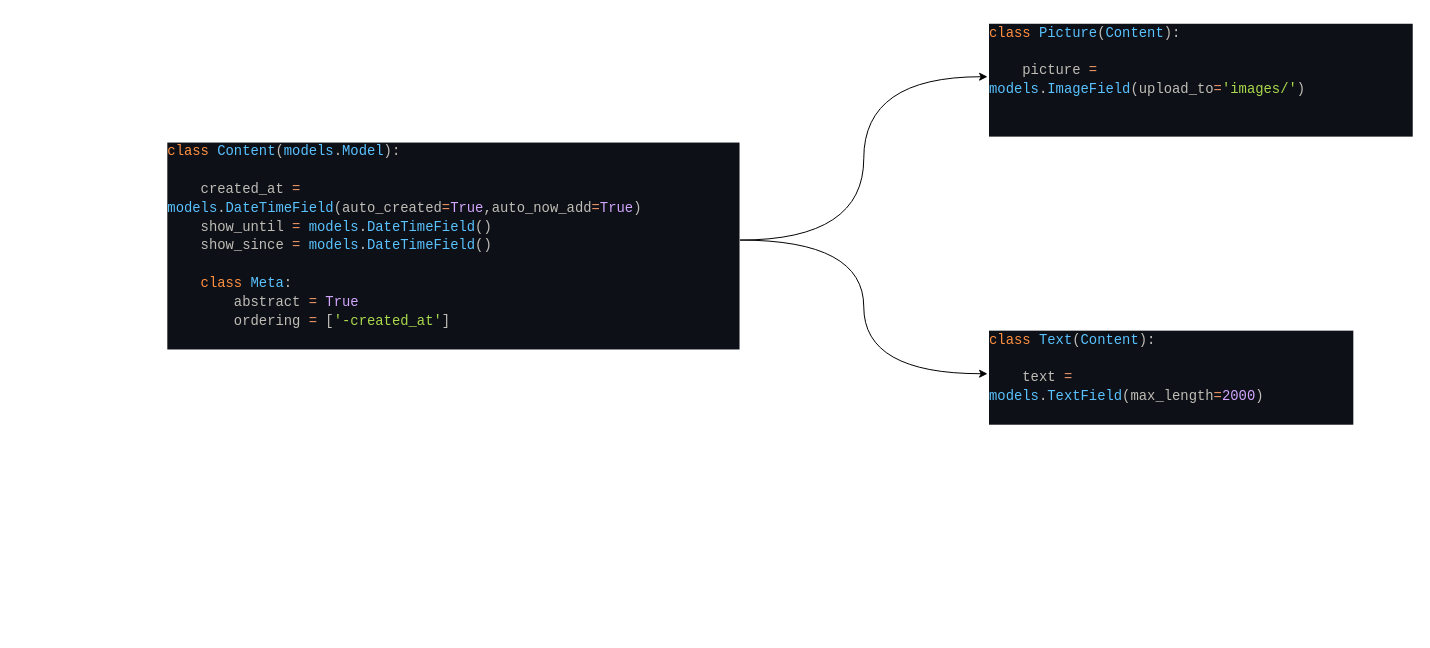
Rafterman1217/django-referat keeps this draw.io diagram as anlagen/orm-vererbung.drawio. Above is the earlier version. Source tidied: cells renumbered, new cells numbered last; positions are measured from the earlier drawing's top-left corner, leaving out a move shared by most shapes. Both pictures are drawn from the tidied source at 99%, with x=0, y=0 at pixel (165, 17).
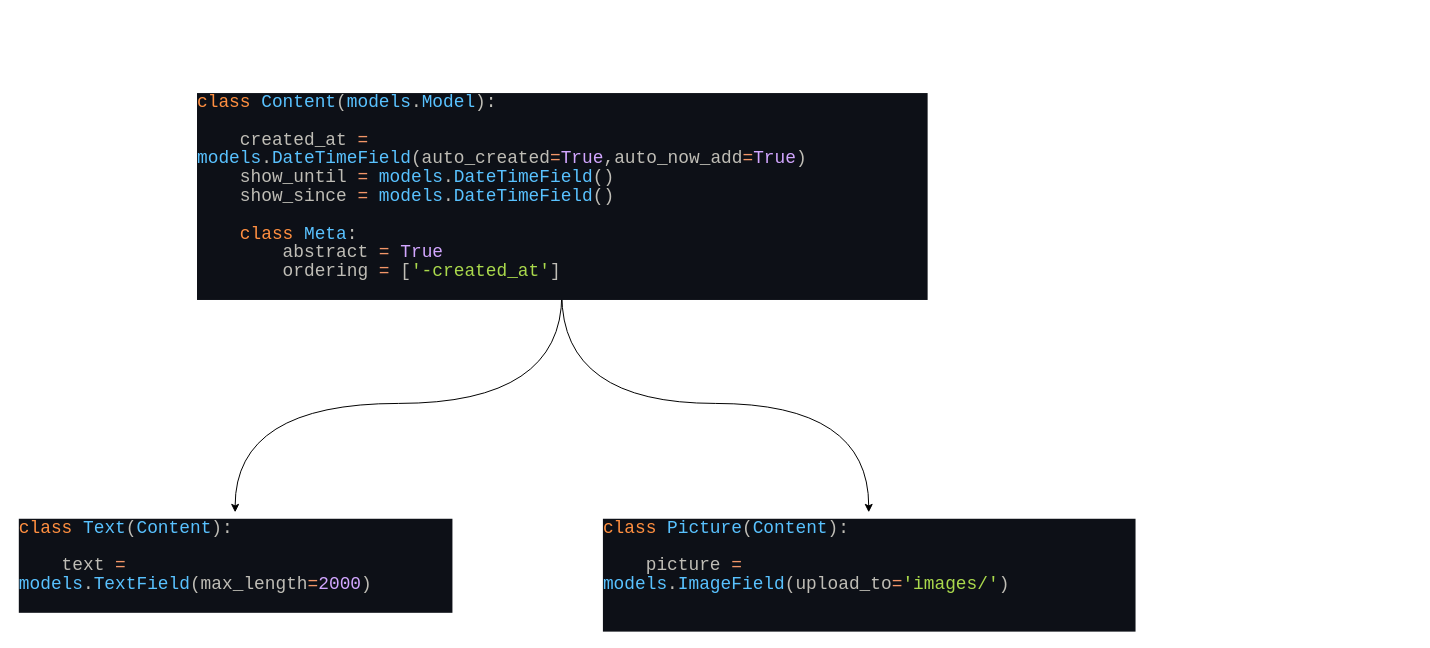
Above is the later version.

Diff of the diagram source:
```diff
@@
 <mxGraphModel>
   <root>
     <mxCell id="0" />
     <mxCell id="1" parent="0" />
-    <mxCell id="2" style="edgeStyle=orthogonalEdgeStyle;curved=1;html=1;entryX=0;entryY=0.5;entryDx=0;entryDy=0;" parent="1" edge="1" source="4" target="5">
+    <mxCell id="2" style="edgeStyle=orthogonalEdgeStyle;curved=1;html=1;entryX=0.5;entryY=0;entryDx=0;entryDy=0;fontSize=18;" parent="1" edge="1" source="4" target="5">
       <mxGeometry relative="1" as="geometry" />
     </mxCell>
-    <mxCell id="3" style="edgeStyle=orthogonalEdgeStyle;curved=1;html=1;" parent="1" edge="1" source="4" target="6">
+    <mxCell id="3" style="edgeStyle=orthogonalEdgeStyle;curved=1;html=1;fontSize=18;" parent="1" edge="1" source="4" target="6">
       <mxGeometry relative="1" as="geometry" />
     </mxCell>
-    <mxCell id="4" value="&lt;div style=&quot;color: rgb(191, 189, 182); background-color: rgb(13, 16, 23); font-family: Consolas, &amp;quot;Courier New&amp;quot;, monospace; font-weight: normal; font-size: 14px; line-height: 19px;&quot;&gt;&lt;div&gt;&lt;span style=&quot;color: #ff8f40;&quot;&gt;class&lt;/span&gt;&lt;span style=&quot;color: #bfbdb6;&quot;&gt; &lt;/span&gt;&lt;span style=&quot;color: #59c2ff;&quot;&gt;Content&lt;/span&gt;&lt;span style=&quot;color: #bfbdb6;&quot;&gt;(&lt;/span&gt;&lt;span style=&quot;color: #59c2ff;&quot;&gt;models&lt;/span&gt;&lt;span style=&quot;color: #bfbdb6;&quot;&gt;.&lt;/span&gt;&lt;span style=&quot;color: #59c2ff;&quot;&gt;Model&lt;/span&gt;&lt;span style=&quot;color: #bfbdb6;&quot;&gt;):&lt;/span&gt;&lt;/div&gt;&lt;div&gt;&lt;span style=&quot;color: #bfbdb6;&quot;&gt;&amp;nbsp; &amp;nbsp; &lt;/span&gt;&lt;/div&gt;&lt;div&gt;&lt;span style=&quot;color: #bfbdb6;&quot;&gt;&amp;nbsp; &amp;nbsp; &lt;/span&gt;&lt;span style=&quot;color: #bfbdb6;&quot;&gt;created_at&lt;/span&gt;&lt;span style=&quot;color: #bfbdb6;&quot;&gt; &lt;/span&gt;&lt;span style=&quot;color: #f29668;&quot;&gt;=&lt;/span&gt;&lt;span style=&quot;color: #bfbdb6;&quot;&gt; &lt;/span&gt;&lt;span style=&quot;color: #59c2ff;&quot;&gt;models&lt;/span&gt;&lt;span style=&quot;color: #bfbdb6;&quot;&gt;.&lt;/span&gt;&lt;span style=&quot;color: #59c2ff;&quot;&gt;DateTimeField&lt;/span&gt;&lt;span style=&quot;color: #bfbdb6;&quot;&gt;(auto_created&lt;/span&gt;&lt;span style=&quot;color: #f29668;&quot;&gt;=&lt;/span&gt;&lt;span style=&quot;color: #d2a6ff;&quot;&gt;True&lt;/span&gt;&lt;span style=&quot;color: #bfbdb6;&quot;&gt;,&lt;/span&gt;&lt;span style=&quot;color: #bfbdb6;&quot;&gt;auto_now_add&lt;/span&gt;&lt;span style=&quot;color: #f29668;&quot;&gt;=&lt;/span&gt;&lt;span style=&quot;color: #d2a6ff;&quot;&gt;True&lt;/span&gt;&lt;span style=&quot;color: #bfbdb6;&quot;&gt;)&lt;/span&gt;&lt;/div&gt;&lt;div&gt;&lt;span style=&quot;color: #bfbdb6;&quot;&gt;&amp;nbsp; &amp;nbsp; &lt;/span&gt;&lt;span style=&quot;color: #bfbdb6;&quot;&gt;show_until&lt;/span&gt;&lt;span style=&quot;color: #bfbdb6;&quot;&gt; &lt;/span&gt;&lt;span style=&quot;color: #f29668;&quot;&gt;=&lt;/span&gt;&lt;span style=&quot;color: #bfbdb6;&quot;&gt; &lt;/span&gt;&lt;span style=&quot;color: #59c2ff;&quot;&gt;models&lt;/span&gt;&lt;span style=&quot;color: #bfbdb6;&quot;&gt;.&lt;/span&gt;&lt;span style=&quot;color: #59c2ff;&quot;&gt;DateTimeField&lt;/span&gt;&lt;span style=&quot;color: #bfbdb6;&quot;&gt;()&lt;/span&gt;&lt;/div&gt;&lt;div&gt;&lt;span style=&quot;color: #bfbdb6;&quot;&gt;&amp;nbsp; &amp;nbsp; &lt;/span&gt;&lt;span style=&quot;color: #bfbdb6;&quot;&gt;show_since&lt;/span&gt;&lt;span style=&quot;color: #bfbdb6;&quot;&gt; &lt;/span&gt;&lt;span style=&quot;color: #f29668;&quot;&gt;=&lt;/span&gt;&lt;span style=&quot;color: #bfbdb6;&quot;&gt; &lt;/span&gt;&lt;span style=&quot;color: #59c2ff;&quot;&gt;models&lt;/span&gt;&lt;span style=&quot;color: #bfbdb6;&quot;&gt;.&lt;/span&gt;&lt;span style=&quot;color: #59c2ff;&quot;&gt;DateTimeField&lt;/span&gt;&lt;span style=&quot;color: #bfbdb6;&quot;&gt;()&lt;/span&gt;&lt;/div&gt;&lt;div&gt;&lt;span style=&quot;color: #bfbdb6;&quot;&gt;&amp;nbsp; &amp;nbsp; &lt;/span&gt;&lt;/div&gt;&lt;div&gt;&lt;span style=&quot;color: #bfbdb6;&quot;&gt;&amp;nbsp; &amp;nbsp; &lt;/span&gt;&lt;span style=&quot;color: #ff8f40;&quot;&gt;class&lt;/span&gt;&lt;span style=&quot;color: #bfbdb6;&quot;&gt; &lt;/span&gt;&lt;span style=&quot;color: #59c2ff;&quot;&gt;Meta&lt;/span&gt;&lt;span style=&quot;color: #bfbdb6;&quot;&gt;:&lt;/span&gt;&lt;/div&gt;&lt;div&gt;&lt;span style=&quot;color: #bfbdb6;&quot;&gt;&amp;nbsp; &amp;nbsp; &amp;nbsp; &amp;nbsp; &lt;/span&gt;&lt;span style=&quot;color: #bfbdb6;&quot;&gt;abstract&lt;/span&gt;&lt;span style=&quot;color: #bfbdb6;&quot;&gt; &lt;/span&gt;&lt;span style=&quot;color: #f29668;&quot;&gt;=&lt;/span&gt;&lt;span style=&quot;color: #bfbdb6;&quot;&gt; &lt;/span&gt;&lt;span style=&quot;color: #d2a6ff;&quot;&gt;True&lt;/span&gt;&lt;/div&gt;&lt;div&gt;&lt;span style=&quot;color: #bfbdb6;&quot;&gt;&amp;nbsp; &amp;nbsp; &amp;nbsp; &amp;nbsp; &lt;/span&gt;&lt;span style=&quot;color: #bfbdb6;&quot;&gt;ordering&lt;/span&gt;&lt;span style=&quot;color: #bfbdb6;&quot;&gt; &lt;/span&gt;&lt;span style=&quot;color: #f29668;&quot;&gt;=&lt;/span&gt;&lt;span style=&quot;color: #bfbdb6;&quot;&gt; [&lt;/span&gt;&lt;span style=&quot;color: #aad94c;&quot;&gt;'-created_at'&lt;/span&gt;&lt;span style=&quot;color: #bfbdb6;&quot;&gt;]&lt;/span&gt;&lt;/div&gt;&lt;br&gt;&lt;/div&gt;" style="text;whiteSpace=wrap;html=1;" parent="1" vertex="1">
-      <mxGeometry y="120" width="580" height="210" as="geometry" />
+    <mxCell id="4" value="&lt;div style=&quot;color: rgb(191, 189, 182); background-color: rgb(13, 16, 23); font-family: Consolas, &amp;quot;Courier New&amp;quot;, monospace; font-weight: normal; font-size: 18px; line-height: 19px;&quot;&gt;&lt;div style=&quot;font-size: 18px;&quot;&gt;&lt;span style=&quot;color: rgb(255, 143, 64); font-size: 18px;&quot;&gt;class&lt;/span&gt;&lt;span style=&quot;color: rgb(191, 189, 182); font-size: 18px;&quot;&gt; &lt;/span&gt;&lt;span style=&quot;color: rgb(89, 194, 255); font-size: 18px;&quot;&gt;Content&lt;/span&gt;&lt;span style=&quot;color: rgb(191, 189, 182); font-size: 18px;&quot;&gt;(&lt;/span&gt;&lt;span style=&quot;color: rgb(89, 194, 255); font-size: 18px;&quot;&gt;models&lt;/span&gt;&lt;span style=&quot;color: rgb(191, 189, 182); font-size: 18px;&quot;&gt;.&lt;/span&gt;&lt;span style=&quot;color: rgb(89, 194, 255); font-size: 18px;&quot;&gt;Model&lt;/span&gt;&lt;span style=&quot;color: rgb(191, 189, 182); font-size: 18px;&quot;&gt;):&lt;/span&gt;&lt;/div&gt;&lt;div style=&quot;font-size: 18px;&quot;&gt;&lt;span style=&quot;color: rgb(191, 189, 182); font-size: 18px;&quot;&gt;&amp;nbsp; &amp;nbsp; &lt;/span&gt;&lt;/div&gt;&lt;div style=&quot;font-size: 18px;&quot;&gt;&lt;span style=&quot;color: rgb(191, 189, 182); font-size: 18px;&quot;&gt;&amp;nbsp; &amp;nbsp; &lt;/span&gt;&lt;span style=&quot;color: rgb(191, 189, 182); font-size: 18px;&quot;&gt;created_at&lt;/span&gt;&lt;span style=&quot;color: rgb(191, 189, 182); font-size: 18px;&quot;&gt; &lt;/span&gt;&lt;span style=&quot;color: rgb(242, 150, 104); font-size: 18px;&quot;&gt;=&lt;/span&gt;&lt;span style=&quot;color: rgb(191, 189, 182); font-size: 18px;&quot;&gt; &lt;/span&gt;&lt;span style=&quot;color: rgb(89, 194, 255); font-size: 18px;&quot;&gt;models&lt;/span&gt;&lt;span style=&quot;color: rgb(191, 189, 182); font-size: 18px;&quot;&gt;.&lt;/span&gt;&lt;span style=&quot;color: rgb(89, 194, 255); font-size: 18px;&quot;&gt;DateTimeField&lt;/span&gt;&lt;span style=&quot;color: rgb(191, 189, 182); font-size: 18px;&quot;&gt;(auto_created&lt;/span&gt;&lt;span style=&quot;color: rgb(242, 150, 104); font-size: 18px;&quot;&gt;=&lt;/span&gt;&lt;span style=&quot;color: rgb(210, 166, 255); font-size: 18px;&quot;&gt;True&lt;/span&gt;&lt;span style=&quot;color: rgb(191, 189, 182); font-size: 18px;&quot;&gt;,&lt;/span&gt;&lt;span style=&quot;color: rgb(191, 189, 182); font-size: 18px;&quot;&gt;auto_now_add&lt;/span&gt;&lt;span style=&quot;color: rgb(242, 150, 104); font-size: 18px;&quot;&gt;=&lt;/span&gt;&lt;span style=&quot;color: rgb(210, 166, 255); font-size: 18px;&quot;&gt;True&lt;/span&gt;&lt;span style=&quot;color: rgb(191, 189, 182); font-size: 18px;&quot;&gt;)&lt;/span&gt;&lt;/div&gt;&lt;div style=&quot;font-size: 18px;&quot;&gt;&lt;span style=&quot;color: rgb(191, 189, 182); font-size: 18px;&quot;&gt;&amp;nbsp; &amp;nbsp; &lt;/span&gt;&lt;span style=&quot;color: rgb(191, 189, 182); font-size: 18px;&quot;&gt;show_until&lt;/span&gt;&lt;span style=&quot;color: rgb(191, 189, 182); font-size: 18px;&quot;&gt; &lt;/span&gt;&lt;span style=&quot;color: rgb(242, 150, 104); font-size: 18px;&quot;&gt;=&lt;/span&gt;&lt;span style=&quot;color: rgb(191, 189, 182); font-size: 18px;&quot;&gt; &lt;/span&gt;&lt;span style=&quot;color: rgb(89, 194, 255); font-size: 18px;&quot;&gt;models&lt;/span&gt;&lt;span style=&quot;color: rgb(191, 189, 182); font-size: 18px;&quot;&gt;.&lt;/span&gt;&lt;span style=&quot;color: rgb(89, 194, 255); font-size: 18px;&quot;&gt;DateTimeField&lt;/span&gt;&lt;span style=&quot;color: rgb(191, 189, 182); font-size: 18px;&quot;&gt;()&lt;/span&gt;&lt;/div&gt;&lt;div style=&quot;font-size: 18px;&quot;&gt;&lt;span style=&quot;color: rgb(191, 189, 182); font-size: 18px;&quot;&gt;&amp;nbsp; &amp;nbsp; &lt;/span&gt;&lt;span style=&quot;color: rgb(191, 189, 182); font-size: 18px;&quot;&gt;show_since&lt;/span&gt;&lt;span style=&quot;color: rgb(191, 189, 182); font-size: 18px;&quot;&gt; &lt;/span&gt;&lt;span style=&quot;color: rgb(242, 150, 104); font-size: 18px;&quot;&gt;=&lt;/span&gt;&lt;span style=&quot;color: rgb(191, 189, 182); font-size: 18px;&quot;&gt; &lt;/span&gt;&lt;span style=&quot;color: rgb(89, 194, 255); font-size: 18px;&quot;&gt;models&lt;/span&gt;&lt;span style=&quot;color: rgb(191, 189, 182); font-size: 18px;&quot;&gt;.&lt;/span&gt;&lt;span style=&quot;color: rgb(89, 194, 255); font-size: 18px;&quot;&gt;DateTimeField&lt;/span&gt;&lt;span style=&quot;color: rgb(191, 189, 182); font-size: 18px;&quot;&gt;()&lt;/span&gt;&lt;/div&gt;&lt;div style=&quot;font-size: 18px;&quot;&gt;&lt;span style=&quot;color: rgb(191, 189, 182); font-size: 18px;&quot;&gt;&amp;nbsp; &amp;nbsp; &lt;/span&gt;&lt;/div&gt;&lt;div style=&quot;font-size: 18px;&quot;&gt;&lt;span style=&quot;color: rgb(191, 189, 182); font-size: 18px;&quot;&gt;&amp;nbsp; &amp;nbsp; &lt;/span&gt;&lt;span style=&quot;color: rgb(255, 143, 64); font-size: 18px;&quot;&gt;class&lt;/span&gt;&lt;span style=&quot;color: rgb(191, 189, 182); font-size: 18px;&quot;&gt; &lt;/span&gt;&lt;span style=&quot;color: rgb(89, 194, 255); font-size: 18px;&quot;&gt;Meta&lt;/span&gt;&lt;span style=&quot;color: rgb(191, 189, 182); font-size: 18px;&quot;&gt;:&lt;/span&gt;&lt;/div&gt;&lt;div style=&quot;font-size: 18px;&quot;&gt;&lt;span style=&quot;color: rgb(191, 189, 182); font-size: 18px;&quot;&gt;&amp;nbsp; &amp;nbsp; &amp;nbsp; &amp;nbsp; &lt;/span&gt;&lt;span style=&quot;color: rgb(191, 189, 182); font-size: 18px;&quot;&gt;abstract&lt;/span&gt;&lt;span style=&quot;color: rgb(191, 189, 182); font-size: 18px;&quot;&gt; &lt;/span&gt;&lt;span style=&quot;color: rgb(242, 150, 104); font-size: 18px;&quot;&gt;=&lt;/span&gt;&lt;span style=&quot;color: rgb(191, 189, 182); font-size: 18px;&quot;&gt; &lt;/span&gt;&lt;span style=&quot;color: rgb(210, 166, 255); font-size: 18px;&quot;&gt;True&lt;/span&gt;&lt;/div&gt;&lt;div style=&quot;font-size: 18px;&quot;&gt;&lt;span style=&quot;color: rgb(191, 189, 182); font-size: 18px;&quot;&gt;&amp;nbsp; &amp;nbsp; &amp;nbsp; &amp;nbsp; &lt;/span&gt;&lt;span style=&quot;color: rgb(191, 189, 182); font-size: 18px;&quot;&gt;ordering&lt;/span&gt;&lt;span style=&quot;color: rgb(191, 189, 182); font-size: 18px;&quot;&gt; &lt;/span&gt;&lt;span style=&quot;color: rgb(242, 150, 104); font-size: 18px;&quot;&gt;=&lt;/span&gt;&lt;span style=&quot;color: rgb(191, 189, 182); font-size: 18px;&quot;&gt; [&lt;/span&gt;&lt;span style=&quot;color: rgb(170, 217, 76); font-size: 18px;&quot;&gt;'-created_at'&lt;/span&gt;&lt;span style=&quot;color: rgb(191, 189, 182); font-size: 18px;&quot;&gt;]&lt;/span&gt;&lt;/div&gt;&lt;br style=&quot;font-size: 18px;&quot;&gt;&lt;/div&gt;" style="text;whiteSpace=wrap;html=1;fontSize=18;" parent="1" vertex="1">
+      <mxGeometry x="30" y="70" width="740" height="210" as="geometry" />
     </mxCell>
-    <mxCell id="5" value="&lt;div style=&quot;color: rgb(191, 189, 182); background-color: rgb(13, 16, 23); font-family: Consolas, &amp;quot;Courier New&amp;quot;, monospace; font-weight: normal; font-size: 14px; line-height: 19px;&quot;&gt;&lt;div&gt;&lt;span style=&quot;color: #ff8f40;&quot;&gt;class&lt;/span&gt;&lt;span style=&quot;color: #bfbdb6;&quot;&gt; &lt;/span&gt;&lt;span style=&quot;color: #59c2ff;&quot;&gt;Picture&lt;/span&gt;&lt;span style=&quot;color: #bfbdb6;&quot;&gt;(&lt;/span&gt;&lt;span style=&quot;color: #59c2ff;&quot;&gt;Content&lt;/span&gt;&lt;span style=&quot;color: #bfbdb6;&quot;&gt;):&lt;/span&gt;&lt;/div&gt;&lt;br&gt;&lt;div&gt;&lt;span style=&quot;color: #bfbdb6;&quot;&gt;&amp;nbsp; &amp;nbsp; &lt;/span&gt;&lt;span style=&quot;color: #bfbdb6;&quot;&gt;picture&lt;/span&gt;&lt;span style=&quot;color: #bfbdb6;&quot;&gt; &lt;/span&gt;&lt;span style=&quot;color: #f29668;&quot;&gt;=&lt;/span&gt;&lt;span style=&quot;color: #bfbdb6;&quot;&gt; &lt;/span&gt;&lt;span style=&quot;color: #59c2ff;&quot;&gt;models&lt;/span&gt;&lt;span style=&quot;color: #bfbdb6;&quot;&gt;.&lt;/span&gt;&lt;span style=&quot;color: #59c2ff;&quot;&gt;ImageField&lt;/span&gt;&lt;span style=&quot;color: #bfbdb6;&quot;&gt;(upload_to&lt;/span&gt;&lt;span style=&quot;color: #f29668;&quot;&gt;=&lt;/span&gt;&lt;span style=&quot;color: #aad94c;&quot;&gt;'images/'&lt;/span&gt;&lt;span style=&quot;color: #bfbdb6;&quot;&gt;)&lt;/span&gt;&lt;/div&gt;&lt;br&gt;&lt;div&gt;&lt;span style=&quot;color: #bfbdb6;&quot;&gt;&amp;nbsp; &amp;nbsp; &lt;/span&gt;&lt;/div&gt;&lt;/div&gt;" style="text;whiteSpace=wrap;html=1;" parent="1" vertex="1">
-      <mxGeometry x="830" width="430" height="120" as="geometry" />
+    <mxCell id="5" value="&lt;div style=&quot;color: rgb(191, 189, 182); background-color: rgb(13, 16, 23); font-family: Consolas, &amp;quot;Courier New&amp;quot;, monospace; font-weight: normal; font-size: 18px; line-height: 19px;&quot;&gt;&lt;div style=&quot;font-size: 18px;&quot;&gt;&lt;span style=&quot;color: rgb(255, 143, 64); font-size: 18px;&quot;&gt;class&lt;/span&gt;&lt;span style=&quot;color: rgb(191, 189, 182); font-size: 18px;&quot;&gt; &lt;/span&gt;&lt;span style=&quot;color: rgb(89, 194, 255); font-size: 18px;&quot;&gt;Picture&lt;/span&gt;&lt;span style=&quot;color: rgb(191, 189, 182); font-size: 18px;&quot;&gt;(&lt;/span&gt;&lt;span style=&quot;color: rgb(89, 194, 255); font-size: 18px;&quot;&gt;Content&lt;/span&gt;&lt;span style=&quot;color: rgb(191, 189, 182); font-size: 18px;&quot;&gt;):&lt;/span&gt;&lt;/div&gt;&lt;br style=&quot;font-size: 18px;&quot;&gt;&lt;div style=&quot;font-size: 18px;&quot;&gt;&lt;span style=&quot;color: rgb(191, 189, 182); font-size: 18px;&quot;&gt;&amp;nbsp; &amp;nbsp; &lt;/span&gt;&lt;span style=&quot;color: rgb(191, 189, 182); font-size: 18px;&quot;&gt;picture&lt;/span&gt;&lt;span style=&quot;color: rgb(191, 189, 182); font-size: 18px;&quot;&gt; &lt;/span&gt;&lt;span style=&quot;color: rgb(242, 150, 104); font-size: 18px;&quot;&gt;=&lt;/span&gt;&lt;span style=&quot;color: rgb(191, 189, 182); font-size: 18px;&quot;&gt; &lt;/span&gt;&lt;span style=&quot;color: rgb(89, 194, 255); font-size: 18px;&quot;&gt;models&lt;/span&gt;&lt;span style=&quot;color: rgb(191, 189, 182); font-size: 18px;&quot;&gt;.&lt;/span&gt;&lt;span style=&quot;color: rgb(89, 194, 255); font-size: 18px;&quot;&gt;ImageField&lt;/span&gt;&lt;span style=&quot;color: rgb(191, 189, 182); font-size: 18px;&quot;&gt;(upload_to&lt;/span&gt;&lt;span style=&quot;color: rgb(242, 150, 104); font-size: 18px;&quot;&gt;=&lt;/span&gt;&lt;span style=&quot;color: rgb(170, 217, 76); font-size: 18px;&quot;&gt;'images/'&lt;/span&gt;&lt;span style=&quot;color: rgb(191, 189, 182); font-size: 18px;&quot;&gt;)&lt;/span&gt;&lt;/div&gt;&lt;br style=&quot;font-size: 18px;&quot;&gt;&lt;div style=&quot;font-size: 18px;&quot;&gt;&lt;span style=&quot;color: rgb(191, 189, 182); font-size: 18px;&quot;&gt;&amp;nbsp; &amp;nbsp; &lt;/span&gt;&lt;/div&gt;&lt;/div&gt;" style="text;whiteSpace=wrap;html=1;fontSize=18;" parent="1" vertex="1">
+      <mxGeometry x="440" y="500" width="540" height="120" as="geometry" />
     </mxCell>
-    <mxCell id="6" value="&lt;div style=&quot;color: rgb(191, 189, 182); background-color: rgb(13, 16, 23); font-family: Consolas, &amp;quot;Courier New&amp;quot;, monospace; font-weight: normal; font-size: 14px; line-height: 19px;&quot;&gt;&lt;div&gt;&lt;span style=&quot;color: #ff8f40;&quot;&gt;class&lt;/span&gt;&lt;span style=&quot;color: #bfbdb6;&quot;&gt; &lt;/span&gt;&lt;span style=&quot;color: #59c2ff;&quot;&gt;Text&lt;/span&gt;&lt;span style=&quot;color: #bfbdb6;&quot;&gt;(&lt;/span&gt;&lt;span style=&quot;color: #59c2ff;&quot;&gt;Content&lt;/span&gt;&lt;span style=&quot;color: #bfbdb6;&quot;&gt;):&lt;/span&gt;&lt;/div&gt;&lt;br&gt;&lt;div&gt;&lt;span style=&quot;color: #bfbdb6;&quot;&gt;&amp;nbsp; &amp;nbsp; &lt;/span&gt;&lt;span style=&quot;color: #bfbdb6;&quot;&gt;text&lt;/span&gt;&lt;span style=&quot;color: #bfbdb6;&quot;&gt; &lt;/span&gt;&lt;span style=&quot;color: #f29668;&quot;&gt;=&lt;/span&gt;&lt;span style=&quot;color: #bfbdb6;&quot;&gt; &lt;/span&gt;&lt;span style=&quot;color: #59c2ff;&quot;&gt;models&lt;/span&gt;&lt;span style=&quot;color: #bfbdb6;&quot;&gt;.&lt;/span&gt;&lt;span style=&quot;color: #59c2ff;&quot;&gt;TextField&lt;/span&gt;&lt;span style=&quot;color: #bfbdb6;&quot;&gt;(max_length&lt;/span&gt;&lt;span style=&quot;color: #f29668;&quot;&gt;=&lt;/span&gt;&lt;span style=&quot;color: #d2a6ff;&quot;&gt;2000&lt;/span&gt;&lt;span style=&quot;color: #bfbdb6;&quot;&gt;)&lt;/span&gt;&lt;/div&gt;&lt;br&gt;&lt;/div&gt;" style="text;whiteSpace=wrap;html=1;" parent="1" vertex="1">
-      <mxGeometry x="830" y="310" width="370" height="100" as="geometry" />
+    <mxCell id="6" value="&lt;div style=&quot;color: rgb(191, 189, 182); background-color: rgb(13, 16, 23); font-family: Consolas, &amp;quot;Courier New&amp;quot;, monospace; font-weight: normal; font-size: 18px; line-height: 19px;&quot;&gt;&lt;div style=&quot;font-size: 18px;&quot;&gt;&lt;span style=&quot;color: rgb(255, 143, 64); font-size: 18px;&quot;&gt;class&lt;/span&gt;&lt;span style=&quot;color: rgb(191, 189, 182); font-size: 18px;&quot;&gt; &lt;/span&gt;&lt;span style=&quot;color: rgb(89, 194, 255); font-size: 18px;&quot;&gt;Text&lt;/span&gt;&lt;span style=&quot;color: rgb(191, 189, 182); font-size: 18px;&quot;&gt;(&lt;/span&gt;&lt;span style=&quot;color: rgb(89, 194, 255); font-size: 18px;&quot;&gt;Content&lt;/span&gt;&lt;span style=&quot;color: rgb(191, 189, 182); font-size: 18px;&quot;&gt;):&lt;/span&gt;&lt;/div&gt;&lt;br style=&quot;font-size: 18px;&quot;&gt;&lt;div style=&quot;font-size: 18px;&quot;&gt;&lt;span style=&quot;color: rgb(191, 189, 182); font-size: 18px;&quot;&gt;&amp;nbsp; &amp;nbsp; &lt;/span&gt;&lt;span style=&quot;color: rgb(191, 189, 182); font-size: 18px;&quot;&gt;text&lt;/span&gt;&lt;span style=&quot;color: rgb(191, 189, 182); font-size: 18px;&quot;&gt; &lt;/span&gt;&lt;span style=&quot;color: rgb(242, 150, 104); font-size: 18px;&quot;&gt;=&lt;/span&gt;&lt;span style=&quot;color: rgb(191, 189, 182); font-size: 18px;&quot;&gt; &lt;/span&gt;&lt;span style=&quot;color: rgb(89, 194, 255); font-size: 18px;&quot;&gt;models&lt;/span&gt;&lt;span style=&quot;color: rgb(191, 189, 182); font-size: 18px;&quot;&gt;.&lt;/span&gt;&lt;span style=&quot;color: rgb(89, 194, 255); font-size: 18px;&quot;&gt;TextField&lt;/span&gt;&lt;span style=&quot;color: rgb(191, 189, 182); font-size: 18px;&quot;&gt;(max_length&lt;/span&gt;&lt;span style=&quot;color: rgb(242, 150, 104); font-size: 18px;&quot;&gt;=&lt;/span&gt;&lt;span style=&quot;color: rgb(210, 166, 255); font-size: 18px;&quot;&gt;2000&lt;/span&gt;&lt;span style=&quot;color: rgb(191, 189, 182); font-size: 18px;&quot;&gt;)&lt;/span&gt;&lt;/div&gt;&lt;br style=&quot;font-size: 18px;&quot;&gt;&lt;/div&gt;" style="text;whiteSpace=wrap;html=1;fontSize=18;" parent="1" vertex="1">
+      <mxGeometry x="-150" y="500" width="440" height="100" as="geometry" />
     </mxCell>
   </root>
 </mxGraphModel>
```
